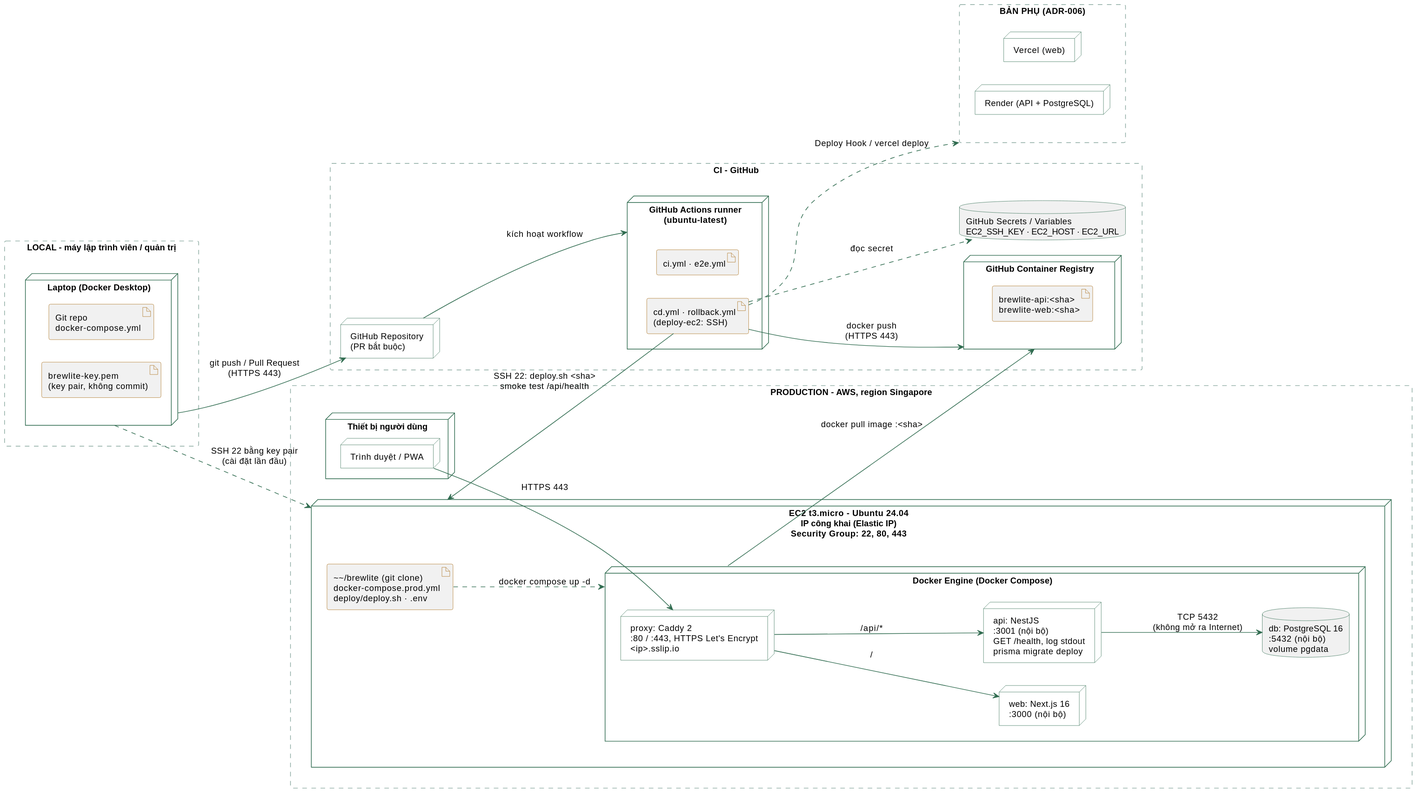
The PlantUML diagram docs/architecture/deployment.svg in DuyPhong-181006/BrewLite-Assignment2-, before a commit. Its diagram source:
```plantuml
@startuml
skinparam shadowing false
skinparam defaultFontName "Arial"
skinparam defaultFontSize 13
skinparam nodeBorderColor #2F6B4F
skinparam nodeBackgroundColor #FFFFFF
skinparam artifactBorderColor #A86B12
skinparam databaseBorderColor #2F6B4F
skinparam ArrowColor #2F6B4F
skinparam rectangleBorderColor #8AA9A0
skinparam rectangleBorderStyle dashed
left to right direction

rectangle "LOCAL - máy lập trình viên / quản trị" as LOCAL {
  node "Laptop (Docker Desktop)" as DEV {
    artifact "Git repo\ndocker-compose.yml" as GIT
    artifact "brewlite-key.pem\n(key pair, không commit)" as PEM
  }
}

rectangle "CI - GitHub" as CI {
  node "GitHub Repository\n(PR bắt buộc)" as GH
  node "GitHub Actions runner\n(ubuntu-latest)" as RUNNER {
    artifact "ci.yml · e2e.yml" as CIWF
    artifact "cd.yml · rollback.yml\n(deploy-ec2: SSH)" as CDWF
  }
  node "GitHub Container Registry" as GHCR {
    artifact "brewlite-api:<sha>\nbrewlite-web:<sha>" as IMG
  }
  database "GitHub Secrets / Variables\nEC2_SSH_KEY · EC2_HOST · EC2_URL" as SECRETS
}

rectangle "PRODUCTION - AWS, region Singapore" as PROD {
  node "Thiết bị người dùng" as DEVICE {
    node "Trình duyệt / PWA" as BROWSER
  }
  node "EC2 t3.micro - Ubuntu 24.04\nIP công khai (Elastic IP)\nSecurity Group: 22, 80, 443" as EC2 {
    artifact "~~/brewlite (git clone)\ndocker-compose.prod.yml\ndeploy/deploy.sh · .env" as REPO
    node "Docker Engine (Docker Compose)" as DOCKER {
      node "proxy: Caddy 2\n:80 / :443, HTTPS Let's Encrypt\n<ip>.sslip.io" as CADDY
      node "web: Next.js 16\n:3000 (nội bộ)" as WEB
      node "api: NestJS\n:3001 (nội bộ)\nGET /health, log stdout\nprisma migrate deploy" as API
      database "db: PostgreSQL 16\n:5432 (nội bộ)\nvolume pgdata" as DB
    }
  }
}

rectangle "BẢN PHỤ (ADR-006)" as BACKUP {
  node "Vercel (web)" as VERCEL
  node "Render (API + PostgreSQL)" as RENDER
}

DEV --> GH : git push / Pull Request\n(HTTPS 443)
DEV ..> EC2 : SSH 22 bằng key pair\n(cài đặt lần đầu)
GH --> RUNNER : kích hoạt workflow
CDWF --> GHCR : docker push\n(HTTPS 443)
CDWF ..> SECRETS : đọc secret
CDWF --> EC2 : SSH 22: deploy.sh <sha>\nsmoke test /api/health
CDWF ..> BACKUP : Deploy Hook / vercel deploy
DOCKER --> GHCR : docker pull image :<sha>
REPO ..> DOCKER : docker compose up -d

BROWSER --> CADDY : HTTPS 443
CADDY --> WEB : /
CADDY --> API : /api/*
API --> DB : TCP 5432\n(không mở ra Internet)
@enduml
```
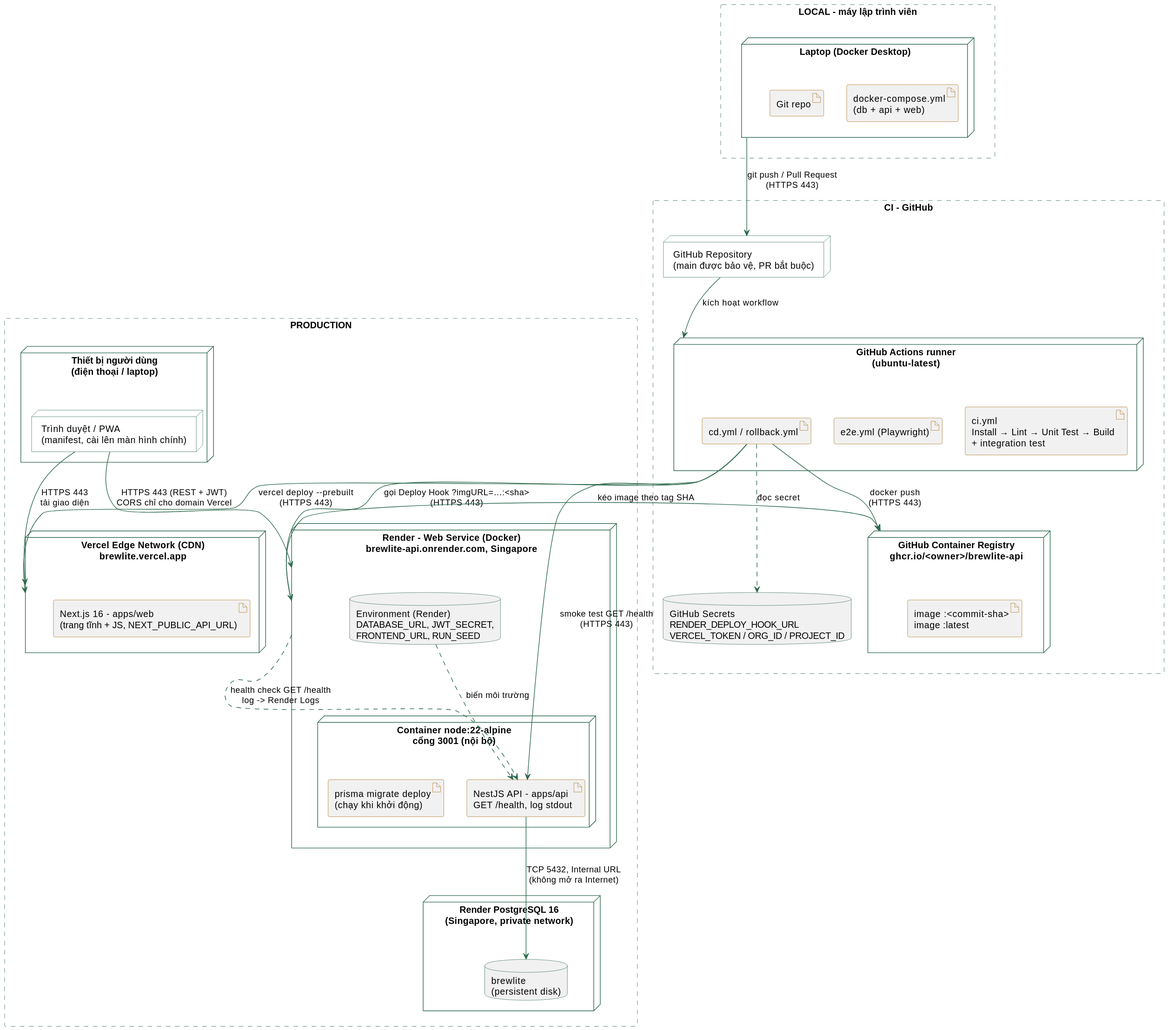
The same file after the commit.

The edit, as a diff of the source:
```diff
@@ -1,7 +1,6 @@
 @startuml
 skinparam shadowing false
 skinparam defaultFontName "Arial"
-skinparam defaultFontSize 13
 skinparam nodeBorderColor #2F6B4F
 skinparam nodeBackgroundColor #FFFFFF
 skinparam artifactBorderColor #A86B12
@@ -9,59 +8,58 @@
 skinparam ArrowColor #2F6B4F
 skinparam rectangleBorderColor #8AA9A0
 skinparam rectangleBorderStyle dashed
-left to right direction
 
-rectangle "LOCAL - máy lập trình viên / quản trị" as LOCAL {
+rectangle "LOCAL - máy lập trình viên" as LOCAL {
   node "Laptop (Docker Desktop)" as DEV {
-    artifact "Git repo\ndocker-compose.yml" as GIT
-    artifact "brewlite-key.pem\n(key pair, không commit)" as PEM
+    artifact "docker-compose.yml\n(db + api + web)" as COMPOSE
+    artifact "Git repo" as GIT
   }
 }
 
 rectangle "CI - GitHub" as CI {
-  node "GitHub Repository\n(PR bắt buộc)" as GH
+  node "GitHub Repository\n(main được bảo vệ, PR bắt buộc)" as GH
   node "GitHub Actions runner\n(ubuntu-latest)" as RUNNER {
-    artifact "ci.yml · e2e.yml" as CIWF
-    artifact "cd.yml · rollback.yml\n(deploy-ec2: SSH)" as CDWF
+    artifact "ci.yml\nInstall → Lint → Unit Test → Build\n+ integration test" as CIWF
+    artifact "e2e.yml (Playwright)" as E2EWF
+    artifact "cd.yml / rollback.yml" as CDWF
   }
-  node "GitHub Container Registry" as GHCR {
-    artifact "brewlite-api:<sha>\nbrewlite-web:<sha>" as IMG
+  node "GitHub Container Registry\nghcr.io/<owner>/brewlite-api" as GHCR {
+    artifact "image :<commit-sha>\nimage :latest" as IMG
   }
-  database "GitHub Secrets / Variables\nEC2_SSH_KEY · EC2_HOST · EC2_URL" as SECRETS
+  database "GitHub Secrets\nRENDER_DEPLOY_HOOK_URL\nVERCEL_TOKEN / ORG_ID / PROJECT_ID" as SECRETS
 }
 
-rectangle "PRODUCTION - AWS, region Singapore" as PROD {
-  node "Thiết bị người dùng" as DEVICE {
-    node "Trình duyệt / PWA" as BROWSER
+rectangle "PRODUCTION" as PROD {
+  node "Thiết bị người dùng\n(điện thoại / laptop)" as DEVICE {
+    node "Trình duyệt / PWA\n(manifest, cài lên màn hình chính)" as BROWSER
   }
-  node "EC2 t3.micro - Ubuntu 24.04\nIP công khai (Elastic IP)\nSecurity Group: 22, 80, 443" as EC2 {
-    artifact "~~/brewlite (git clone)\ndocker-compose.prod.yml\ndeploy/deploy.sh · .env" as REPO
-    node "Docker Engine (Docker Compose)" as DOCKER {
-      node "proxy: Caddy 2\n:80 / :443, HTTPS Let's Encrypt\n<ip>.sslip.io" as CADDY
-      node "web: Next.js 16\n:3000 (nội bộ)" as WEB
-      node "api: NestJS\n:3001 (nội bộ)\nGET /health, log stdout\nprisma migrate deploy" as API
-      database "db: PostgreSQL 16\n:5432 (nội bộ)\nvolume pgdata" as DB
+  node "Vercel Edge Network (CDN)\nbrewlite.vercel.app" as VERCEL {
+    artifact "Next.js 16 - apps/web\n(trang tĩnh + JS, NEXT_PUBLIC_API_URL)" as WEB
+  }
+  node "Render - Web Service (Docker)\nbrewlite-api.onrender.com, Singapore" as RENDER {
+    node "Container node:22-alpine\ncổng 3001 (nội bộ)" as CONTAINER {
+      artifact "NestJS API - apps/api\nGET /health, log stdout" as API
+      artifact "prisma migrate deploy\n(chạy khi khởi động)" as MIG
     }
+    database "Environment (Render)\nDATABASE_URL, JWT_SECRET,\nFRONTEND_URL, RUN_SEED" as ENV
+  }
+  node "Render PostgreSQL 16\n(Singapore, private network)" as PG {
+    database "brewlite\n(persistent disk)" as DB
   }
 }
 
-rectangle "BẢN PHỤ (ADR-006)" as BACKUP {
-  node "Vercel (web)" as VERCEL
-  node "Render (API + PostgreSQL)" as RENDER
-}
-
 DEV --> GH : git push / Pull Request\n(HTTPS 443)
-DEV ..> EC2 : SSH 22 bằng key pair\n(cài đặt lần đầu)
 GH --> RUNNER : kích hoạt workflow
 CDWF --> GHCR : docker push\n(HTTPS 443)
 CDWF ..> SECRETS : đọc secret
-CDWF --> EC2 : SSH 22: deploy.sh <sha>\nsmoke test /api/health
-CDWF ..> BACKUP : Deploy Hook / vercel deploy
-DOCKER --> GHCR : docker pull image :<sha>
-REPO ..> DOCKER : docker compose up -d
+CDWF --> RENDER : gọi Deploy Hook ?imgURL=…:<sha>\n(HTTPS 443)
+CDWF --> VERCEL : vercel deploy --prebuilt\n(HTTPS 443)
+CDWF --> API : smoke test GET /health\n(HTTPS 443)
+RENDER --> GHCR : kéo image theo tag SHA
 
-BROWSER --> CADDY : HTTPS 443
-CADDY --> WEB : /
-CADDY --> API : /api/*
-API --> DB : TCP 5432\n(không mở ra Internet)
+BROWSER --> VERCEL : HTTPS 443\ntải giao diện
+BROWSER --> RENDER : HTTPS 443 (REST + JWT)\nCORS chỉ cho domain Vercel
+API --> DB : TCP 5432, Internal URL\n(không mở ra Internet)
+ENV ..> API : biến môi trường
+RENDER ..> API : health check GET /health\nlog -> Render Logs
 @enduml
```
